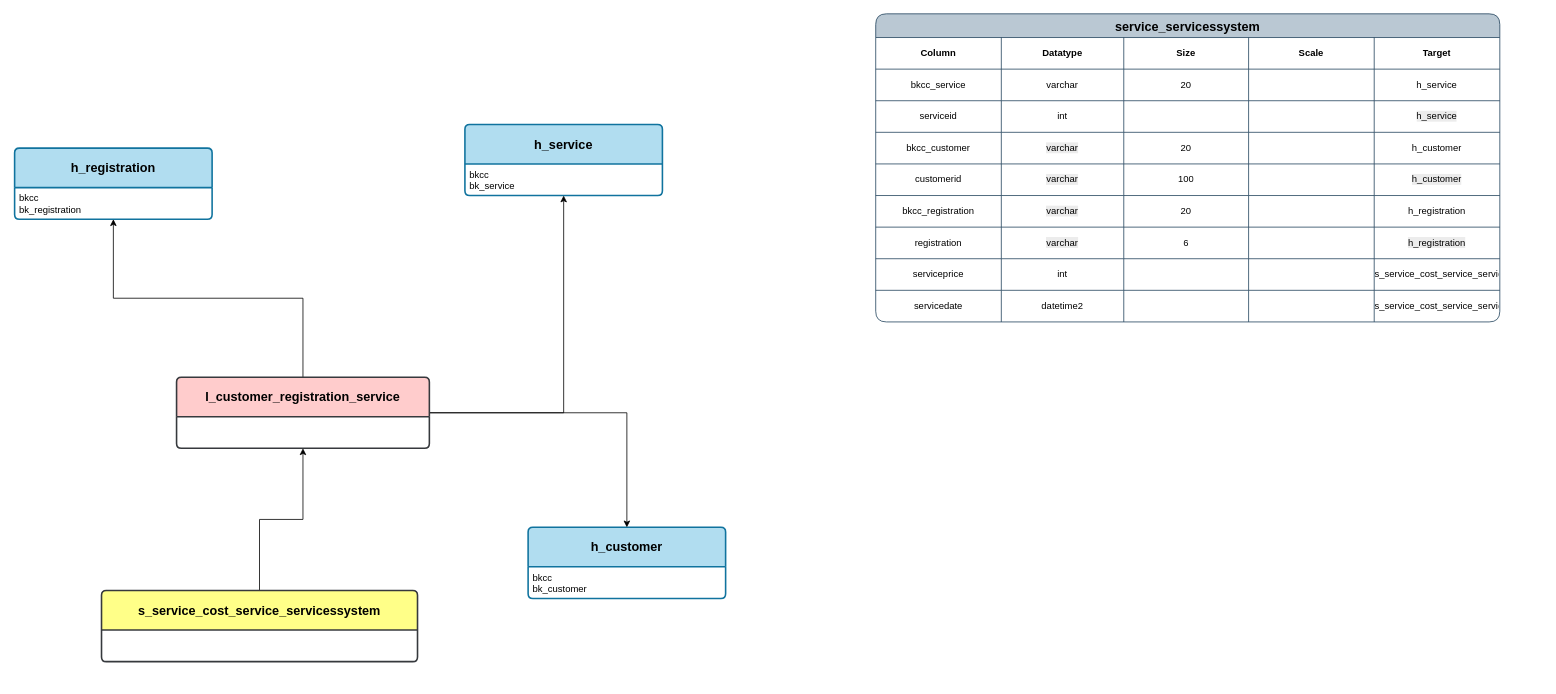
The draw.io diagram model/service_servicessystem.drawio.xml in aelai/diagrams_net, before the edit. Source tidied: cells renumbered, new cells numbered last; positions are measured from the earlier drawing's top-left corner, leaving out a move shared by most shapes. Both pictures are drawn from the tidied source at 79%, with x=0, y=0 at pixel (14, 13).
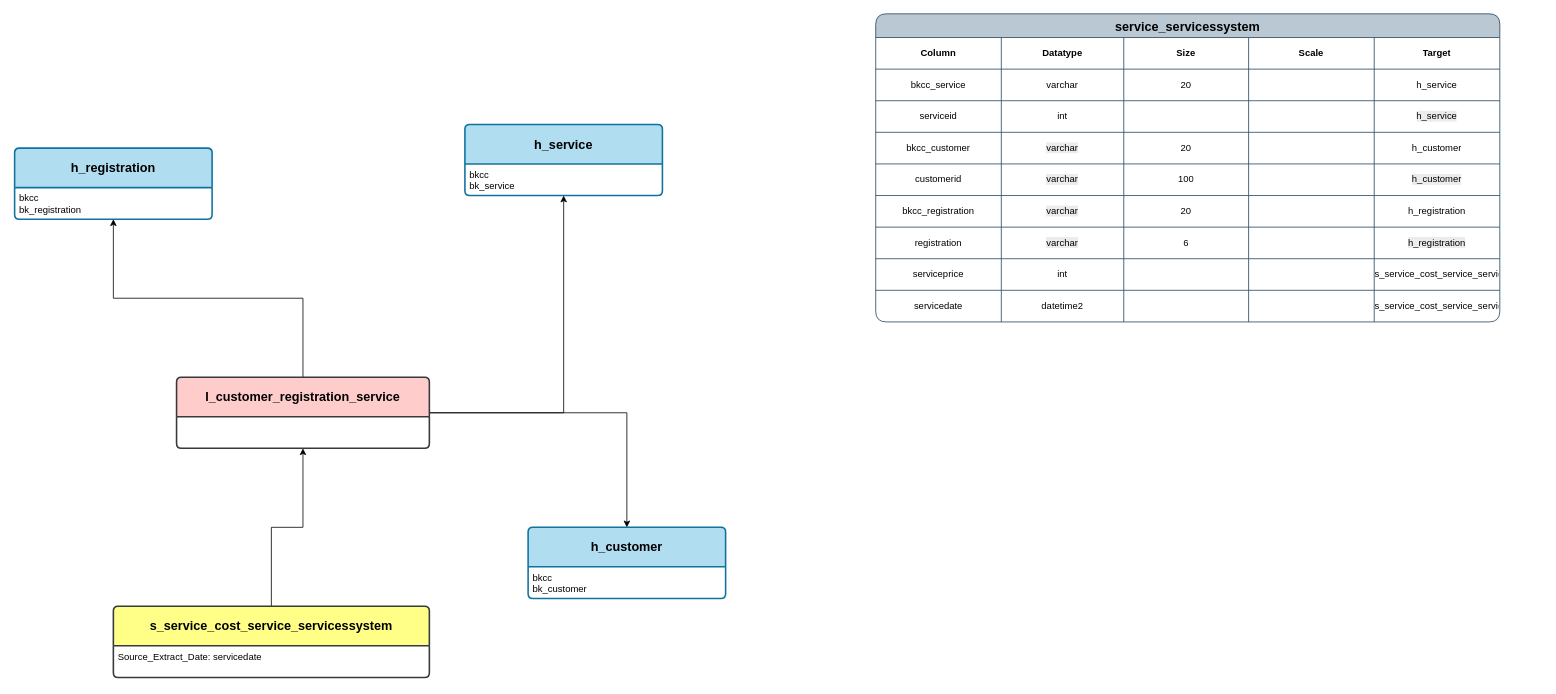
Above is the later version.

Change to the diagram source:
```diff
@@
     <mxCell id="3" value="&lt;font style=&quot;font-size: 16px;&quot;&gt;&lt;b&gt;s_service_cost_service_servicessystem&lt;/b&gt;&lt;/font&gt;" style="swimlane;horizontal=1;startSize=50;rounded=1;fontSize=12;fontStyle=0;strokeWidth=2;shadow=0;dashed=0;align=center;arcSize=4;whiteSpace=wrap;html=1;fillColor=#ffff88;strokeColor=#36393d;" parent="1" vertex="1">
-      <mxGeometry x="110" y="730" width="400" height="90" as="geometry" />
+      <mxGeometry x="125" y="750" width="400" height="90" as="geometry" />
     </mxCell>
-    <mxCell id="4" value="&lt;div&gt;&lt;br&gt;&lt;/div&gt;" style="align=left;strokeColor=none;fillColor=none;spacingLeft=4;spacingRight=4;fontSize=12;verticalAlign=top;html=1;whiteSpace=wrap;" parent="3" vertex="1">
-      <mxGeometry y="50" width="400" height="40" as="geometry" />
-    </mxCell>
+    <mxCell id="73" value="Source_Extract_Date: servicedate" style="text;strokeColor=none;fillColor=none;align=left;verticalAlign=top;spacingLeft=4;spacingRight=4;overflow=hidden;whiteSpace=wrap;html=1;" parent="3" vertex="1">
+      <mxGeometry y="50" width="400" height="40" as="geometry" />
+    </mxCell>
```
